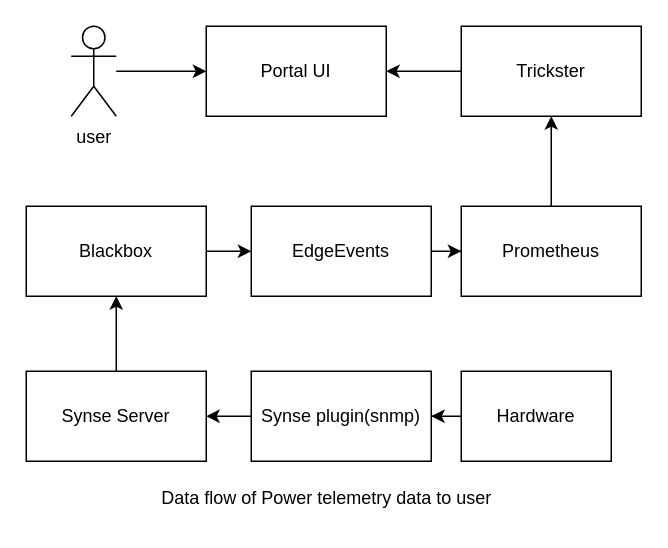
dsm100/test keeps this draw.io diagram as page "Page-1" (1 of 3) of power-rep.drawio. Above is the earlier version. Source tidied: cells renumbered, new cells numbered last; positions are measured from the earlier drawing's top-left corner, leaving out a move shared by most shapes. Both pictures are drawn from the tidied source at 150%, with x=0, y=0 at pixel (26, 26).
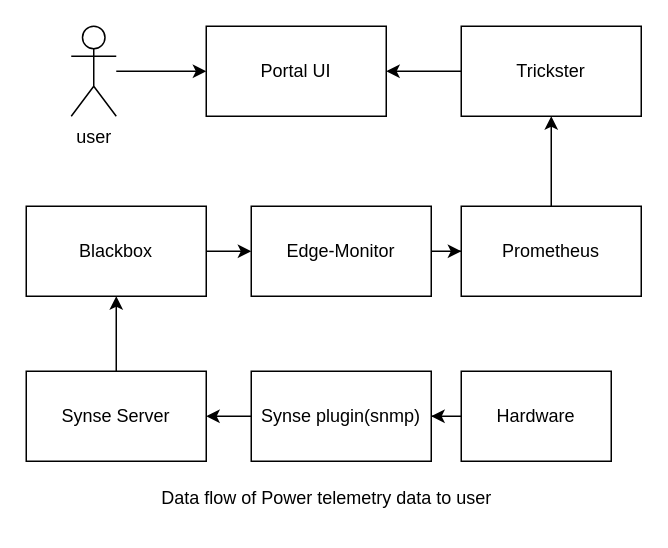
The same diagram, later.

The edit, as a diff of the source:
```diff
@@
 <mxGraphModel>
   <root>
     <mxCell id="0" />
     <mxCell id="1" parent="0" />
     <mxCell id="2" style="edgeStyle=orthogonalEdgeStyle;rounded=0;jettySize=auto;html=1;" parent="1" edge="1" source="3" target="18">
       <mxGeometry relative="1" as="geometry" />
     </mxCell>
     <mxCell id="3" value="Trickster" style="rounded=0;whiteSpace=wrap;html=1;" parent="1" vertex="1">
       <mxGeometry x="290" width="120" height="60" as="geometry" />
     </mxCell>
     <mxCell id="4" style="edgeStyle=orthogonalEdgeStyle;rounded=0;jettySize=auto;html=1;" parent="1" edge="1" source="5" target="3">
       <mxGeometry relative="1" as="geometry" />
     </mxCell>
     <mxCell id="5" value="Prometheus" style="rounded=0;whiteSpace=wrap;html=1;" parent="1" vertex="1">
       <mxGeometry x="290" y="120" width="120" height="60" as="geometry" />
     </mxCell>
     <mxCell id="6" style="edgeStyle=orthogonalEdgeStyle;rounded=0;jettySize=auto;html=1;entryX=0.5;entryY=1;entryDx=0;entryDy=0;" parent="1" edge="1" source="7" target="15">
       <mxGeometry relative="1" as="geometry" />
     </mxCell>
     <mxCell id="7" value="Synse Server" style="rounded=0;whiteSpace=wrap;html=1;" parent="1" vertex="1">
       <mxGeometry y="230" width="120" height="60" as="geometry" />
     </mxCell>
     <mxCell id="8" style="edgeStyle=orthogonalEdgeStyle;rounded=0;jettySize=auto;html=1;" parent="1" edge="1" source="9" target="7">
       <mxGeometry relative="1" as="geometry" />
     </mxCell>
     <mxCell id="9" value="Synse plugin(snmp)" style="rounded=0;whiteSpace=wrap;html=1;" parent="1" vertex="1">
       <mxGeometry x="150" y="230" width="120" height="60" as="geometry" />
     </mxCell>
     <mxCell id="10" style="edgeStyle=orthogonalEdgeStyle;rounded=0;jettySize=auto;html=1;" parent="1" edge="1" source="11" target="9">
       <mxGeometry relative="1" as="geometry" />
     </mxCell>
     <mxCell id="11" value="Hardware" style="rounded=0;whiteSpace=wrap;html=1;" parent="1" vertex="1">
       <mxGeometry x="290" y="230" width="100" height="60" as="geometry" />
     </mxCell>
     <mxCell id="12" style="edgeStyle=orthogonalEdgeStyle;rounded=0;jettySize=auto;html=1;entryX=0;entryY=0.5;entryDx=0;entryDy=0;" parent="1" edge="1" source="13" target="18">
       <mxGeometry relative="1" as="geometry" />
     </mxCell>
     <mxCell id="13" value="user" style="shape=umlActor;verticalLabelPosition=bottom;verticalAlign=top;html=1;outlineConnect=0;" parent="1" vertex="1">
       <mxGeometry x="30" width="30" height="60" as="geometry" />
     </mxCell>
     <mxCell id="14" style="edgeStyle=orthogonalEdgeStyle;rounded=0;jettySize=auto;html=1;" parent="1" edge="1" source="15" target="17">
       <mxGeometry relative="1" as="geometry" />
     </mxCell>
     <mxCell id="15" value="Blackbox" style="rounded=0;whiteSpace=wrap;html=1;" parent="1" vertex="1">
       <mxGeometry y="120" width="120" height="60" as="geometry" />
     </mxCell>
     <mxCell id="16" style="edgeStyle=orthogonalEdgeStyle;rounded=0;jettySize=auto;html=1;" parent="1" edge="1" source="17" target="5">
       <mxGeometry relative="1" as="geometry" />
     </mxCell>
-    <mxCell id="17" value="EdgeEvents" style="rounded=0;whiteSpace=wrap;html=1;" parent="1" vertex="1">
+    <mxCell id="17" value="Edge-Monitor" style="rounded=0;whiteSpace=wrap;html=1;" parent="1" vertex="1">
       <mxGeometry x="150" y="120" width="120" height="60" as="geometry" />
     </mxCell>
     <mxCell id="18" value="Portal UI" style="rounded=0;whiteSpace=wrap;html=1;" parent="1" vertex="1">
       <mxGeometry x="120" width="120" height="60" as="geometry" />
     </mxCell>
     <mxCell id="19" value="Data flow of Power telemetry data to user" style="text;html=1;align=center;verticalAlign=middle;strokeColor=none;fillColor=none;" parent="1" vertex="1">
       <mxGeometry x="80" y="300" width="240" height="30" as="geometry" />
     </mxCell>
   </root>
 </mxGraphModel>
```
